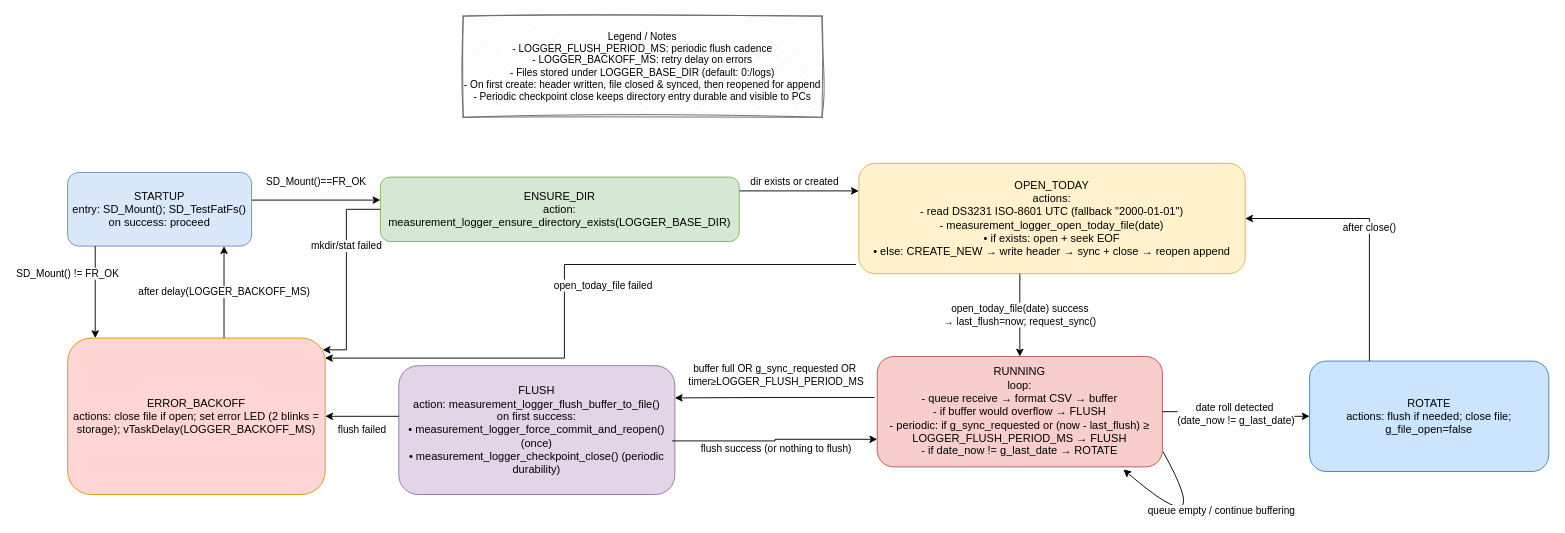
Earlier version of the draw.io diagram page "MicroSD Card State Machine Diagram" (3 of 9) of tinyml_home_weather_forecasting.drawio (rishi-latchmepersad/TinyML-Home-Weather-Forecasting). Source tidied: cells renumbered, new cells numbered last; positions are measured from the earlier drawing's top-left corner, leaving out a move shared by most shapes. Both pictures are drawn from the tidied source at 92%, with x=0, y=0 at pixel (67, 16).
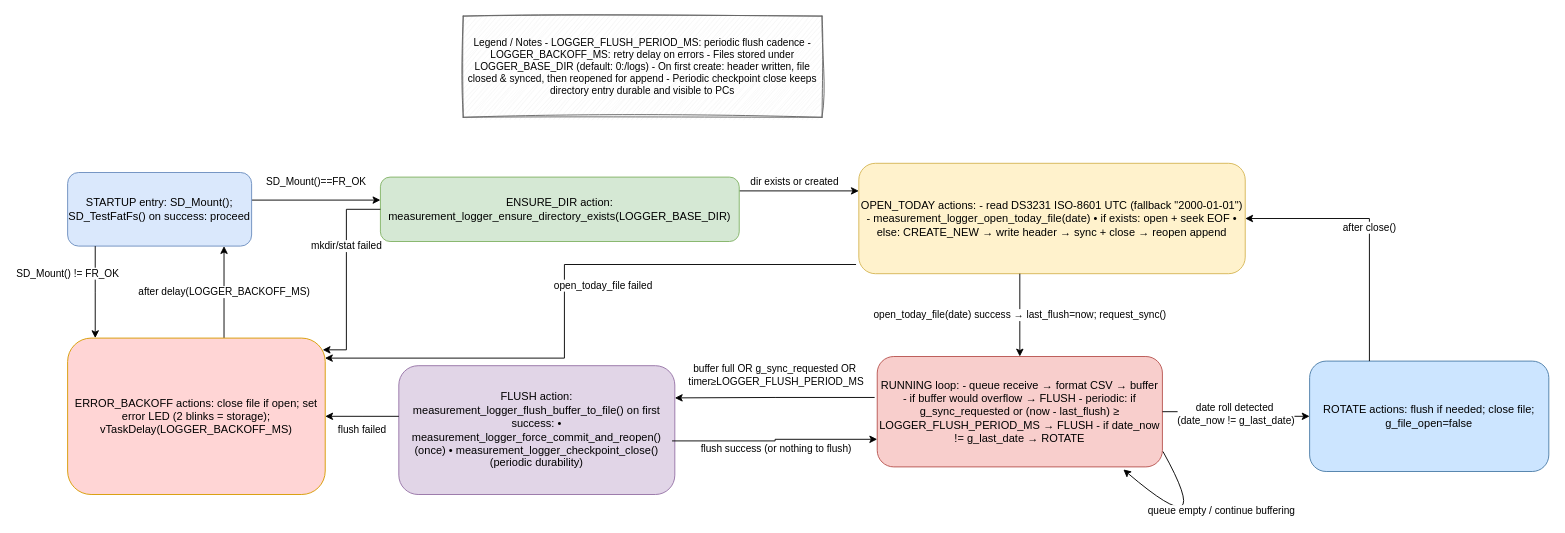
The same diagram, later.

Unchanged cells that the change refers to:
```xml
<mxCell id="6" style="group;" parent="1" vertex="1">
  <mxGeometry width="1610" height="520" as="geometry" />
</mxCell>
```

Change to the diagram source:
```diff
@@
-    <mxCell id="7" value="STARTUP&#10;entry: SD_Mount(); SD_TestFatFs()&#10;on success: proceed" style="rounded=1;whiteSpace=wrap;html=1;fillColor=#dae8fc;strokeColor=#6c8ebf;" parent="6" vertex="1">
+    <mxCell id="7" value="STARTUP entry: SD_Mount(); SD_TestFatFs() on success: proceed" style="rounded=1;whiteSpace=wrap;html=1;fillColor=#dae8fc;strokeColor=#6c8ebf;" parent="6" vertex="1">
       <mxGeometry y="170" width="200" height="80" as="geometry" />
     </mxCell>
-    <mxCell id="8" value="ENSURE_DIR&#10;action: measurement_logger_ensure_directory_exists(LOGGER_BASE_DIR)" style="rounded=1;whiteSpace=wrap;html=1;fillColor=#d5e8d4;strokeColor=#82b366;" parent="6" vertex="1">
+    <mxCell id="8" value="ENSURE_DIR action: measurement_logger_ensure_directory_exists(LOGGER_BASE_DIR)" style="rounded=1;whiteSpace=wrap;html=1;fillColor=#d5e8d4;strokeColor=#82b366;" parent="6" vertex="1">
       <mxGeometry x="340" y="175" width="390" height="70" as="geometry" />
     </mxCell>
-    <mxCell id="9" value="OPEN_TODAY&#10;actions:&#10;- read DS3231 ISO-8601 UTC (fallback &quot;2000-01-01&quot;)&#10;- measurement_logger_open_today_file(date)&#10;  • if exists: open + seek EOF&#10;  • else: CREATE_NEW → write header → sync + close → reopen append" style="rounded=1;whiteSpace=wrap;html=1;fillColor=#fff2cc;strokeColor=#d6b656;" parent="6" vertex="1">
+    <mxCell id="9" value="OPEN_TODAY actions: - read DS3231 ISO-8601 UTC (fallback &quot;2000-01-01&quot;) - measurement_logger_open_today_file(date)   • if exists: open + seek EOF   • else: CREATE_NEW → write header → sync + close → reopen append" style="rounded=1;whiteSpace=wrap;html=1;fillColor=#fff2cc;strokeColor=#d6b656;" parent="6" vertex="1">
       <mxGeometry x="860" y="160" width="420" height="120" as="geometry" />
     </mxCell>
-    <mxCell id="10" value="RUNNING&#10;loop:&#10;- queue receive → format CSV → buffer&#10;- if buffer would overflow → FLUSH&#10;- periodic: if g_sync_requested or (now - last_flush) ≥ LOGGER_FLUSH_PERIOD_MS → FLUSH&#10;- if date_now != g_last_date → ROTATE" style="rounded=1;whiteSpace=wrap;html=1;fillColor=#f8cecc;strokeColor=#b85450;" parent="6" vertex="1">
+    <mxCell id="10" value="RUNNING loop: - queue receive → format CSV → buffer - if buffer would overflow → FLUSH - periodic: if g_sync_requested or (now - last_flush) ≥ LOGGER_FLUSH_PERIOD_MS → FLUSH - if date_now != g_last_date → ROTATE" style="rounded=1;whiteSpace=wrap;html=1;fillColor=#f8cecc;strokeColor=#b85450;" parent="6" vertex="1">
       <mxGeometry x="880" y="370" width="310" height="120" as="geometry" />
     </mxCell>
-    <mxCell id="11" value="FLUSH&#10;action: measurement_logger_flush_buffer_to_file()&#10;on first success:&#10;  • measurement_logger_force_commit_and_reopen() (once)&#10;  • measurement_logger_checkpoint_close() (periodic durability)" style="rounded=1;whiteSpace=wrap;html=1;fillColor=#e1d5e7;strokeColor=#9673a6;" parent="6" vertex="1">
+    <mxCell id="11" value="FLUSH action: measurement_logger_flush_buffer_to_file() on first success:   • measurement_logger_force_commit_and_reopen() (once)   • measurement_logger_checkpoint_close() (periodic durability)" style="rounded=1;whiteSpace=wrap;html=1;fillColor=#e1d5e7;strokeColor=#9673a6;" parent="6" vertex="1">
       <mxGeometry x="360" y="380" width="300" height="140" as="geometry" />
     </mxCell>
-    <mxCell id="12" value="ROTATE&#10;actions: flush if needed; close file; g_file_open=false" style="rounded=1;whiteSpace=wrap;html=1;fillColor=#cce5ff;strokeColor=#4d7ea8;" parent="6" vertex="1">
+    <mxCell id="12" value="ROTATE actions: flush if needed; close file; g_file_open=false" style="rounded=1;whiteSpace=wrap;html=1;fillColor=#cce5ff;strokeColor=#4d7ea8;" parent="6" vertex="1">
       <mxGeometry x="1350" y="375" width="260" height="120" as="geometry" />
     </mxCell>
-    <mxCell id="13" value="ERROR_BACKOFF&#10;actions: close file if open; set error LED (2 blinks = storage); vTaskDelay(LOGGER_BACKOFF_MS)" style="rounded=1;whiteSpace=wrap;html=1;fillColor=#ffd5d5;strokeColor=#d79b00;" parent="6" vertex="1">
+    <mxCell id="13" value="ERROR_BACKOFF actions: close file if open; set error LED (2 blinks = storage); vTaskDelay(LOGGER_BACKOFF_MS)" style="rounded=1;whiteSpace=wrap;html=1;fillColor=#ffd5d5;strokeColor=#d79b00;" parent="6" vertex="1">
       <mxGeometry y="350" width="280" height="170" as="geometry" />
     </mxCell>
-    <mxCell id="14" value="Legend / Notes&#10;- LOGGER_FLUSH_PERIOD_MS: periodic flush cadence&#10;- LOGGER_BACKOFF_MS: retry delay on errors&#10;- Files stored under LOGGER_BASE_DIR (default: 0:/logs)&#10;- On first create: header written, file closed &amp; synced, then reopened for append&#10;- Periodic checkpoint close keeps directory entry durable and visible to PCs" style="rounded=0;whiteSpace=wrap;html=1;fillColor=#f5f5f5;strokeColor=#666666;fontSize=11;glass=0;sketch=1;curveFitting=1;jiggle=2;" parent="6" vertex="1">
+    <mxCell id="14" value="Legend / Notes - LOGGER_FLUSH_PERIOD_MS: periodic flush cadence - LOGGER_BACKOFF_MS: retry delay on errors - Files stored under LOGGER_BASE_DIR (default: 0:/logs) - On first create: header written, file closed &amp; synced, then reopened for append - Periodic checkpoint close keeps directory entry durable and visible to PCs" style="rounded=0;whiteSpace=wrap;html=1;fillColor=#f5f5f5;strokeColor=#666666;fontSize=11;glass=0;sketch=1;curveFitting=1;jiggle=2;" parent="6" vertex="1">
       <mxGeometry x="430" width="390" height="110" as="geometry" />
     </mxCell>
-    <mxCell id="15" value="open_today_file(date) success&#10;→ last_flush=now; request_sync()" style="edgeStyle=elbowEdgeStyle;rounded=0;jettySize=auto;html=1;" parent="6" edge="1" source="9" target="10">
+    <mxCell id="15" value="open_today_file(date) success → last_flush=now; request_sync()" style="edgeStyle=elbowEdgeStyle;rounded=0;jettySize=auto;html=1;" parent="6" edge="1" source="9" target="10">
       <mxGeometry relative="1" as="geometry" />
     </mxCell>
```
